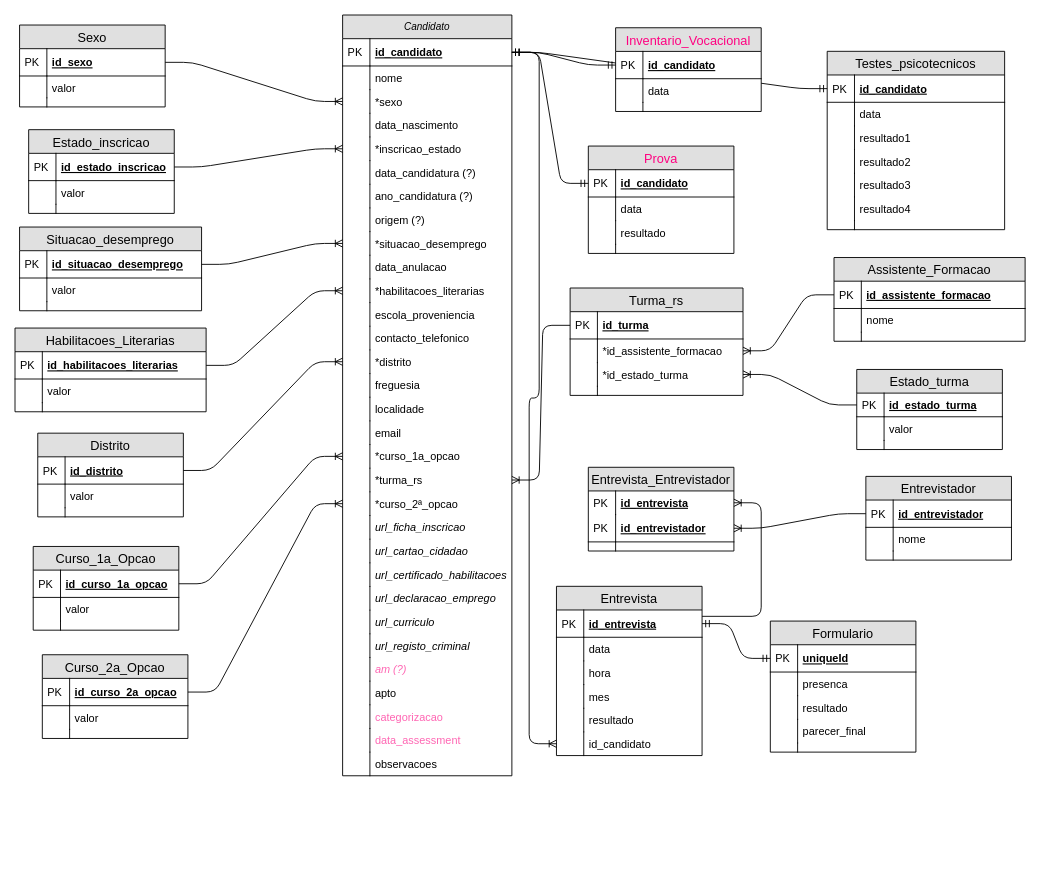
The draw.io diagram Docs/Modelo de dados.drawio in blestonbandeira/grs, before the edit. Source tidied: cells renumbered, new cells numbered last; positions are measured from the earlier drawing's top-left corner, leaving out a move shared by most shapes. Both pictures are drawn from the tidied source at 91%, with x=0, y=0 at pixel (15, 15).
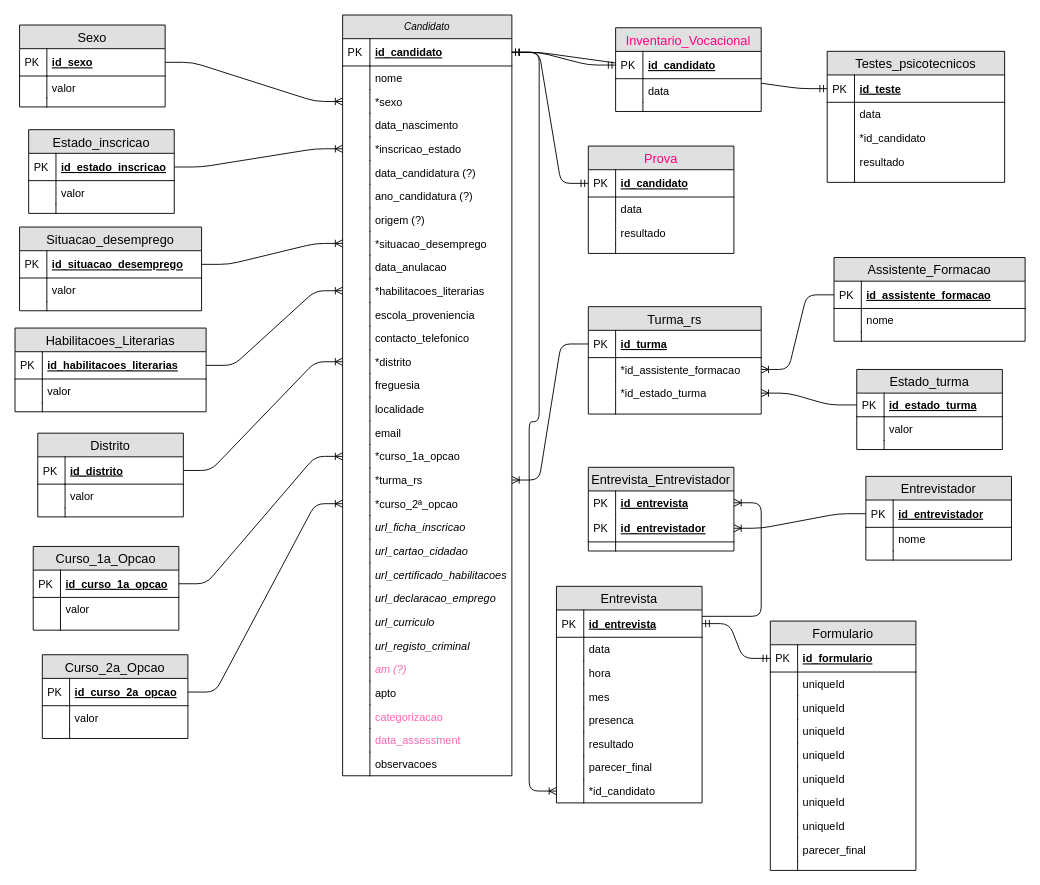
The same diagram, later.

Commit message (it also covers changes not shown here):
alteração ao modelo de dados

The edit, as a diff of the source:
```diff
@@
     <mxCell id="65" value="Testes_psicotecnicos" style="swimlane;fontStyle=0;horizontal=1;startSize=26;fillColor=#e0e0e0;swimlaneFillColor=#ffffff;align=center;fontSize=14;" parent="1" vertex="1">
-      <mxGeometry x="892.5" y="39.9" width="195" height="196" as="geometry" />
+      <mxGeometry x="892.5" y="39.9" width="195" height="144" as="geometry" />
     </mxCell>
-    <mxCell id="66" value="id_candidato" style="shape=partialRectangle;top=0;left=0;right=0;bottom=1;align=left;verticalAlign=middle;fillColor=none;spacingLeft=34;spacingRight=4;overflow=hidden;points=[[0,0.5],[1,0.5]];portConstraint=eastwest;fontStyle=5;fontSize=12;" parent="65" vertex="1">
+    <mxCell id="66" value="id_teste" style="shape=partialRectangle;top=0;left=0;right=0;bottom=1;align=left;verticalAlign=middle;fillColor=none;spacingLeft=34;spacingRight=4;overflow=hidden;points=[[0,0.5],[1,0.5]];portConstraint=eastwest;fontStyle=5;fontSize=12;" parent="65" vertex="1">
       <mxGeometry y="26" width="195" height="30" as="geometry" />
     </mxCell>
@@
-    <mxCell id="70" value="resultado1" style="shape=partialRectangle;top=0;left=0;right=0;bottom=0;align=left;verticalAlign=top;fillColor=none;spacingLeft=34;spacingRight=4;overflow=hidden;fontSize=12;" parent="65" vertex="1">
+    <mxCell id="70" value="*id_candidato" style="shape=partialRectangle;top=0;left=0;right=0;bottom=0;align=left;verticalAlign=top;fillColor=none;spacingLeft=34;spacingRight=4;overflow=hidden;fontSize=12;" parent="65" vertex="1">
       <mxGeometry y="82" width="195" height="26" as="geometry" />
     </mxCell>
@@
-    <mxCell id="72" value="resultado2" style="shape=partialRectangle;top=0;left=0;right=0;bottom=0;align=left;verticalAlign=top;fillColor=none;spacingLeft=34;spacingRight=4;overflow=hidden;fontSize=12;" parent="65" vertex="1">
-      <mxGeometry y="108" width="195" height="26" as="geometry" />
-    </mxCell>
-    <mxCell id="73" style="shape=partialRectangle;top=0;left=0;bottom=0;fillColor=none;align=left;verticalAlign=top;spacingLeft=4;spacingRight=4;overflow=hidden;fontSize=12;" parent="72" vertex="1">
-      <mxGeometry width="30" height="26" as="geometry" />
-    </mxCell>
-    <mxCell id="74" value="resultado3" style="shape=partialRectangle;top=0;left=0;right=0;bottom=0;align=left;verticalAlign=top;fillColor=none;spacingLeft=34;spacingRight=4;overflow=hidden;fontSize=12;" parent="65" vertex="1">
-      <mxGeometry y="134" width="195" height="26" as="geometry" />
+    <mxCell id="74" value="resultado&#10;" style="shape=partialRectangle;top=0;left=0;right=0;bottom=0;align=left;verticalAlign=top;fillColor=none;spacingLeft=34;spacingRight=4;overflow=hidden;fontSize=12;" parent="65" vertex="1">
+      <mxGeometry y="108" width="195" height="26" as="geometry" />
     </mxCell>
@@
-    <mxCell id="76" value="resultado4" style="shape=partialRectangle;top=0;left=0;right=0;bottom=0;align=left;verticalAlign=top;fillColor=none;spacingLeft=34;spacingRight=4;overflow=hidden;fontSize=12;" parent="65" vertex="1">
-      <mxGeometry y="160" width="195" height="26" as="geometry" />
-    </mxCell>
-    <mxCell id="77" style="shape=partialRectangle;top=0;left=0;bottom=0;fillColor=none;align=left;verticalAlign=top;spacingLeft=4;spacingRight=4;overflow=hidden;fontSize=12;" parent="76" vertex="1">
-      <mxGeometry width="30" height="26" as="geometry" />
-    </mxCell>
     <mxCell id="78" style="shape=partialRectangle;top=0;left=0;right=0;bottom=0;align=left;verticalAlign=top;fillColor=none;spacingLeft=34;spacingRight=4;overflow=hidden;fontSize=12;" parent="65" vertex="1">
-      <mxGeometry y="186" width="195" height="10" as="geometry" />
+      <mxGeometry y="134" width="195" height="10" as="geometry" />
     </mxCell>
@@
     <mxCell id="80" value="Turma_rs" style="swimlane;fontStyle=0;horizontal=1;startSize=26;fillColor=#e0e0e0;swimlaneFillColor=#ffffff;align=center;fontSize=14;" parent="1" vertex="1">
-      <mxGeometry x="610" y="300" width="190" height="118" as="geometry" />
+      <mxGeometry x="630" y="320.5" width="190" height="118" as="geometry" />
     </mxCell>
@@
     <mxCell id="89" value="Entrevista" style="swimlane;fontStyle=0;horizontal=1;startSize=26;fillColor=#e0e0e0;swimlaneFillColor=#ffffff;align=center;fontSize=14;" parent="1" vertex="1">
-      <mxGeometry x="595" y="627.8" width="160" height="186" as="geometry" />
+      <mxGeometry x="595" y="627.8" width="160" height="238" as="geometry" />
     </mxCell>
@@
-    <mxCell id="98" value="resultado" style="shape=partialRectangle;top=0;left=0;right=0;bottom=0;align=left;verticalAlign=top;fillColor=none;spacingLeft=34;spacingRight=4;overflow=hidden;fontSize=12;" parent="89" vertex="1">
-      <mxGeometry y="134" width="160" height="26" as="geometry" />
-    </mxCell>
-    <mxCell id="99" style="shape=partialRectangle;top=0;left=0;bottom=0;fillColor=none;align=left;verticalAlign=top;spacingLeft=4;spacingRight=4;overflow=hidden;fontSize=12;" parent="98" vertex="1">
-      <mxGeometry width="30" height="26" as="geometry" />
-    </mxCell>
+    <mxCell id="119" value="presenca" style="shape=partialRectangle;top=0;left=0;right=0;bottom=0;align=left;verticalAlign=top;fillColor=none;spacingLeft=34;spacingRight=4;overflow=hidden;fontSize=12;" parent="89" vertex="1">
+      <mxGeometry y="134" width="160" height="26" as="geometry" />
+    </mxCell>
+    <mxCell id="223" style="shape=partialRectangle;top=0;left=0;bottom=0;fillColor=none;align=left;verticalAlign=top;spacingLeft=4;spacingRight=4;overflow=hidden;fontSize=12;" parent="119" vertex="1">
+      <mxGeometry width="30" height="26" as="geometry" />
+    </mxCell>
+    <mxCell id="224" value="resultado" style="shape=partialRectangle;top=0;left=0;right=0;bottom=0;align=left;verticalAlign=top;fillColor=none;spacingLeft=34;spacingRight=4;overflow=hidden;fontSize=12;" parent="89" vertex="1">
+      <mxGeometry y="160" width="160" height="26" as="geometry" />
+    </mxCell>
+    <mxCell id="225" style="shape=partialRectangle;top=0;left=0;bottom=0;fillColor=none;align=left;verticalAlign=top;spacingLeft=4;spacingRight=4;overflow=hidden;fontSize=12;" parent="224" vertex="1">
+      <mxGeometry width="30" height="26" as="geometry" />
+    </mxCell>
+    <mxCell id="226" value="parecer_final" style="shape=partialRectangle;top=0;left=0;right=0;bottom=0;align=left;verticalAlign=top;fillColor=none;spacingLeft=34;spacingRight=4;overflow=hidden;fontSize=12;" parent="89" vertex="1">
+      <mxGeometry y="186" width="160" height="26" as="geometry" />
+    </mxCell>
+    <mxCell id="227" style="shape=partialRectangle;top=0;left=0;bottom=0;fillColor=none;align=left;verticalAlign=top;spacingLeft=4;spacingRight=4;overflow=hidden;fontSize=12;" parent="226" vertex="1">
+      <mxGeometry width="30" height="26" as="geometry" />
+    </mxCell>
-    <mxCell id="100" value="id_candidato" style="shape=partialRectangle;top=0;left=0;right=0;bottom=0;align=left;verticalAlign=top;fillColor=none;spacingLeft=34;spacingRight=4;overflow=hidden;points=[[0,0.5],[1,0.5]];portConstraint=eastwest;fontSize=12;" parent="89" vertex="1">
-      <mxGeometry y="160" width="160" height="26" as="geometry" />
+    <mxCell id="100" value="*id_candidato" style="shape=partialRectangle;top=0;left=0;right=0;bottom=0;align=left;verticalAlign=top;fillColor=none;spacingLeft=34;spacingRight=4;overflow=hidden;points=[[0,0.5],[1,0.5]];portConstraint=eastwest;fontSize=12;" parent="89" vertex="1">
+      <mxGeometry y="212" width="160" height="26" as="geometry" />
     </mxCell>
@@
     <mxCell id="116" value="Formulario" style="swimlane;fontStyle=0;horizontal=1;startSize=26;fillColor=#e0e0e0;swimlaneFillColor=#ffffff;align=center;fontSize=14;" parent="1" vertex="1">
-      <mxGeometry x="830" y="666" width="160" height="144" as="geometry" />
+      <mxGeometry x="830" y="666" width="160" height="274" as="geometry" />
     </mxCell>
-    <mxCell id="117" value="uniqueId" style="shape=partialRectangle;top=0;left=0;right=0;bottom=1;align=left;verticalAlign=middle;fillColor=none;spacingLeft=34;spacingRight=4;overflow=hidden;points=[[0,0.5],[1,0.5]];portConstraint=eastwest;fontStyle=5;fontSize=12;" parent="116" vertex="1">
+    <mxCell id="117" value="id_formulario" style="shape=partialRectangle;top=0;left=0;right=0;bottom=1;align=left;verticalAlign=middle;fillColor=none;spacingLeft=34;spacingRight=4;overflow=hidden;points=[[0,0.5],[1,0.5]];portConstraint=eastwest;fontStyle=5;fontSize=12;" parent="116" vertex="1">
       <mxGeometry y="26" width="160" height="30" as="geometry" />
     </mxCell>
@@
-    <mxCell id="119" value="presenca" style="shape=partialRectangle;top=0;left=0;right=0;bottom=0;align=left;verticalAlign=top;fillColor=none;spacingLeft=34;spacingRight=4;overflow=hidden;fontSize=12;" parent="116" vertex="1">
-      <mxGeometry y="56" width="160" height="26" as="geometry" />
-    </mxCell>
-    <mxCell id="120" style="shape=partialRectangle;top=0;left=0;bottom=0;fillColor=none;align=left;verticalAlign=top;spacingLeft=4;spacingRight=4;overflow=hidden;fontSize=12;" parent="119" vertex="1">
-      <mxGeometry width="30" height="26" as="geometry" />
-    </mxCell>
-    <mxCell id="121" value="resultado" style="shape=partialRectangle;top=0;left=0;right=0;bottom=0;align=left;verticalAlign=top;fillColor=none;spacingLeft=34;spacingRight=4;overflow=hidden;fontSize=12;" parent="116" vertex="1">
-      <mxGeometry y="82" width="160" height="26" as="geometry" />
-    </mxCell>
-    <mxCell id="122" style="shape=partialRectangle;top=0;left=0;bottom=0;fillColor=none;align=left;verticalAlign=top;spacingLeft=4;spacingRight=4;overflow=hidden;fontSize=12;" parent="121" vertex="1">
-      <mxGeometry width="30" height="26" as="geometry" />
-    </mxCell>
+    <mxCell id="228" value="uniqueId" style="shape=partialRectangle;top=0;left=0;right=0;bottom=0;align=left;verticalAlign=top;fillColor=none;spacingLeft=34;spacingRight=4;overflow=hidden;fontSize=12;" parent="116" vertex="1">
+      <mxGeometry y="56" width="160" height="26" as="geometry" />
+    </mxCell>
+    <mxCell id="229" style="shape=partialRectangle;top=0;left=0;bottom=0;fillColor=none;align=left;verticalAlign=top;spacingLeft=4;spacingRight=4;overflow=hidden;fontSize=12;" parent="228" vertex="1">
+      <mxGeometry width="30" height="26" as="geometry" />
+    </mxCell>
+    <mxCell id="230" value="uniqueId" style="shape=partialRectangle;top=0;left=0;right=0;bottom=0;align=left;verticalAlign=top;fillColor=none;spacingLeft=34;spacingRight=4;overflow=hidden;fontSize=12;" parent="116" vertex="1">
+      <mxGeometry y="82" width="160" height="26" as="geometry" />
+    </mxCell>
+    <mxCell id="231" style="shape=partialRectangle;top=0;left=0;bottom=0;fillColor=none;align=left;verticalAlign=top;spacingLeft=4;spacingRight=4;overflow=hidden;fontSize=12;" parent="230" vertex="1">
+      <mxGeometry width="30" height="26" as="geometry" />
+    </mxCell>
+    <mxCell id="232" value="uniqueId" style="shape=partialRectangle;top=0;left=0;right=0;bottom=0;align=left;verticalAlign=top;fillColor=none;spacingLeft=34;spacingRight=4;overflow=hidden;fontSize=12;" parent="116" vertex="1">
+      <mxGeometry y="108" width="160" height="26" as="geometry" />
+    </mxCell>
+    <mxCell id="233" style="shape=partialRectangle;top=0;left=0;bottom=0;fillColor=none;align=left;verticalAlign=top;spacingLeft=4;spacingRight=4;overflow=hidden;fontSize=12;" parent="232" vertex="1">
+      <mxGeometry width="30" height="26" as="geometry" />
+    </mxCell>
+    <mxCell id="234" value="uniqueId" style="shape=partialRectangle;top=0;left=0;right=0;bottom=0;align=left;verticalAlign=top;fillColor=none;spacingLeft=34;spacingRight=4;overflow=hidden;fontSize=12;" parent="116" vertex="1">
+      <mxGeometry y="134" width="160" height="26" as="geometry" />
+    </mxCell>
+    <mxCell id="235" style="shape=partialRectangle;top=0;left=0;bottom=0;fillColor=none;align=left;verticalAlign=top;spacingLeft=4;spacingRight=4;overflow=hidden;fontSize=12;" parent="234" vertex="1">
+      <mxGeometry width="30" height="26" as="geometry" />
+    </mxCell>
+    <mxCell id="236" value="uniqueId" style="shape=partialRectangle;top=0;left=0;right=0;bottom=0;align=left;verticalAlign=top;fillColor=none;spacingLeft=34;spacingRight=4;overflow=hidden;fontSize=12;" parent="116" vertex="1">
+      <mxGeometry y="160" width="160" height="26" as="geometry" />
+    </mxCell>
+    <mxCell id="237" style="shape=partialRectangle;top=0;left=0;bottom=0;fillColor=none;align=left;verticalAlign=top;spacingLeft=4;spacingRight=4;overflow=hidden;fontSize=12;" parent="236" vertex="1">
+      <mxGeometry width="30" height="26" as="geometry" />
+    </mxCell>
+    <mxCell id="238" value="uniqueId" style="shape=partialRectangle;top=0;left=0;right=0;bottom=0;align=left;verticalAlign=top;fillColor=none;spacingLeft=34;spacingRight=4;overflow=hidden;fontSize=12;" parent="116" vertex="1">
+      <mxGeometry y="186" width="160" height="26" as="geometry" />
+    </mxCell>
+    <mxCell id="239" style="shape=partialRectangle;top=0;left=0;bottom=0;fillColor=none;align=left;verticalAlign=top;spacingLeft=4;spacingRight=4;overflow=hidden;fontSize=12;" parent="238" vertex="1">
+      <mxGeometry width="30" height="26" as="geometry" />
+    </mxCell>
+    <mxCell id="240" value="uniqueId" style="shape=partialRectangle;top=0;left=0;right=0;bottom=0;align=left;verticalAlign=top;fillColor=none;spacingLeft=34;spacingRight=4;overflow=hidden;fontSize=12;" parent="116" vertex="1">
+      <mxGeometry y="212" width="160" height="26" as="geometry" />
+    </mxCell>
+    <mxCell id="241" style="shape=partialRectangle;top=0;left=0;bottom=0;fillColor=none;align=left;verticalAlign=top;spacingLeft=4;spacingRight=4;overflow=hidden;fontSize=12;" parent="240" vertex="1">
+      <mxGeometry width="30" height="26" as="geometry" />
+    </mxCell>
     <mxCell id="123" value="parecer_final" style="shape=partialRectangle;top=0;left=0;right=0;bottom=0;align=left;verticalAlign=top;fillColor=none;spacingLeft=34;spacingRight=4;overflow=hidden;fontSize=12;" parent="116" vertex="1">
-      <mxGeometry y="108" width="160" height="26" as="geometry" />
+      <mxGeometry y="238" width="160" height="26" as="geometry" />
     </mxCell>
@@
     <mxCell id="125" style="shape=partialRectangle;top=0;left=0;right=0;bottom=0;align=left;verticalAlign=top;fillColor=none;spacingLeft=34;spacingRight=4;overflow=hidden;fontSize=12;" parent="116" vertex="1">
-      <mxGeometry y="134" width="160" height="10" as="geometry" />
+      <mxGeometry y="264" width="160" height="10" as="geometry" />
     </mxCell>
```
